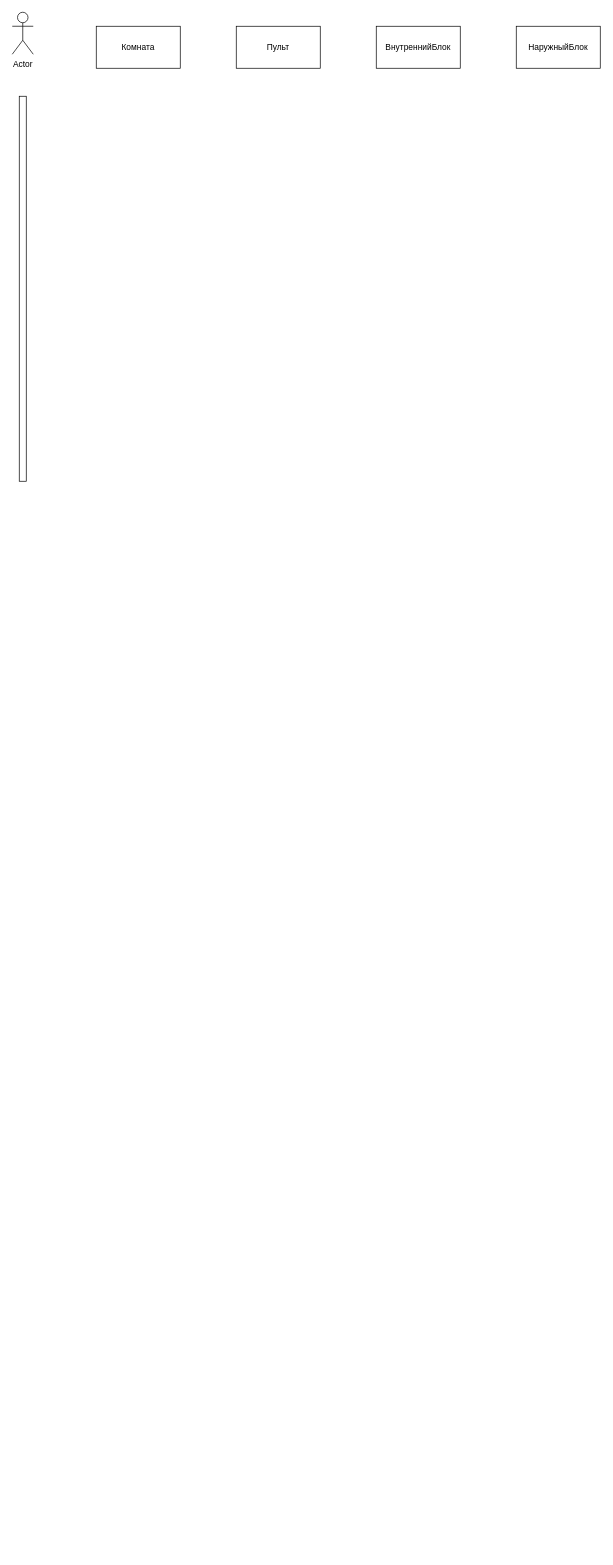
Earlier version of the draw.io diagram UMLconditioner.drawio (NikolajGrom/Nik). Source tidied: cells renumbered, new cells numbered last; positions are measured from the earlier drawing's top-left corner, leaving out a move shared by most shapes. Both pictures are drawn from the tidied source at 70%, with x=0, y=0 at pixel (12, 12).
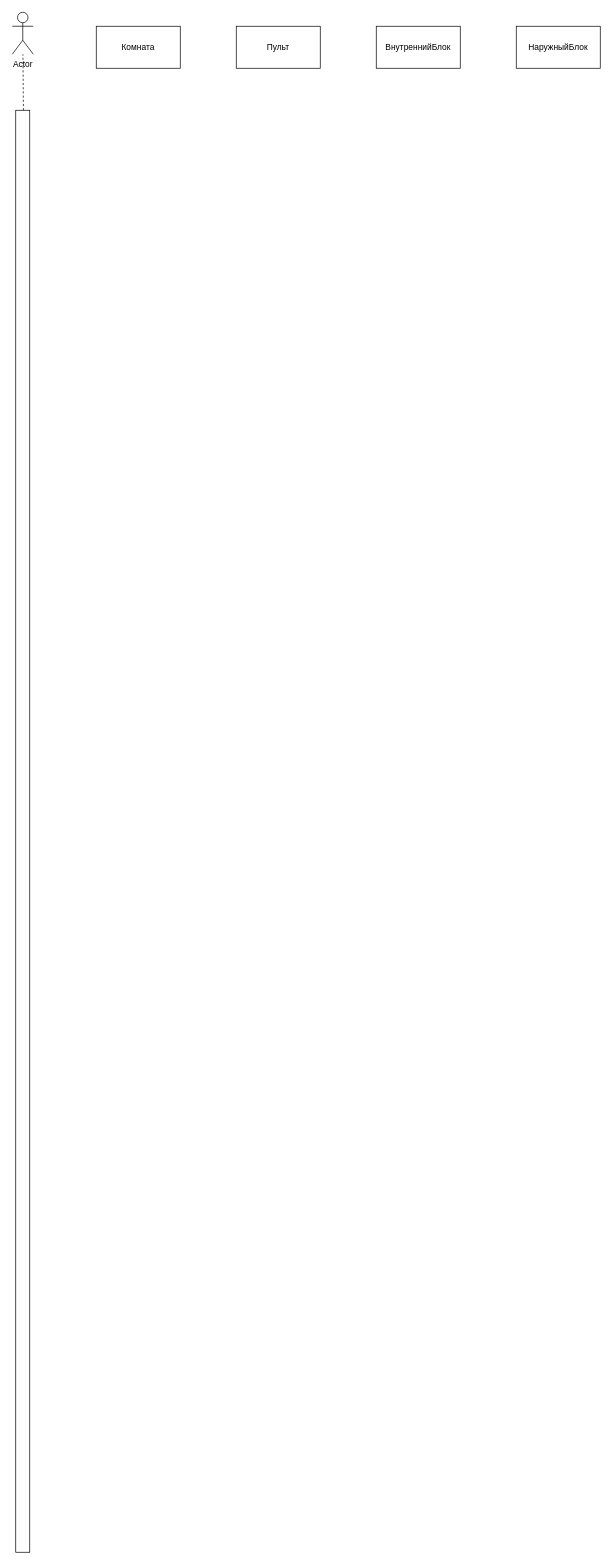
The same diagram, later.

The edit, as a diff of the source:
```diff
@@
 <mxGraphModel>
   <root>
     <mxCell id="0" />
     <mxCell id="1" parent="0" />
     <mxCell id="2" value="Actor" style="shape=umlActor;verticalLabelPosition=bottom;verticalAlign=top;html=1;outlineConnect=0;" parent="1" vertex="1">
       <mxGeometry width="30" height="60" as="geometry" />
     </mxCell>
     <mxCell id="3" value="Комната" style="rounded=0;whiteSpace=wrap;html=1;" parent="1" vertex="1">
       <mxGeometry x="120" y="20" width="120" height="60" as="geometry" />
     </mxCell>
     <mxCell id="4" value="Пульт" style="rounded=0;whiteSpace=wrap;html=1;" parent="1" vertex="1">
       <mxGeometry x="320" y="20" width="120" height="60" as="geometry" />
     </mxCell>
     <mxCell id="5" value="ВнутреннийБлок" style="rounded=0;whiteSpace=wrap;html=1;" parent="1" vertex="1">
       <mxGeometry x="520" y="20" width="120" height="60" as="geometry" />
     </mxCell>
     <mxCell id="6" value="НаружныйБлок" style="rounded=0;whiteSpace=wrap;html=1;" parent="1" vertex="1">
       <mxGeometry x="720" y="20" width="120" height="60" as="geometry" />
     </mxCell>
     <mxCell id="7" style="html=1;perimeter=orthogonalPerimeter;" parent="1" vertex="1">
-      <mxGeometry x="10" y="120" width="10" height="550" as="geometry" />
+      <mxGeometry x="5" y="140" width="20" height="2060" as="geometry" />
     </mxCell>
+    <mxCell id="8" style="endArrow=none;dashed=1;html=1;" parent="1" edge="1" target="2">
+      <mxGeometry relative="1" as="geometry">
+        <mxPoint x="16" y="140" as="sourcePoint" />
+      </mxGeometry>
+    </mxCell>
   </root>
 </mxGraphModel>
```
